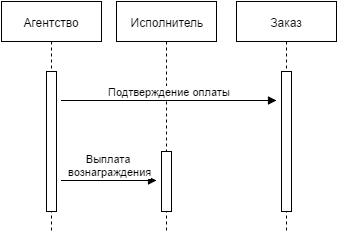
Above: res/sequence_diagram_agency.png in borisovvictor/SocialMediaExchange (draw.io), before the change. Source tidied: cells renumbered, new cells last; positions are measured from the earlier drawing's top-left corner, leaving out a move shared by most shapes. The source it was exported from:
```xml
<mxGraphModel background="#ffffff">
  <root>
    <mxCell id="0" style="html=1;" />
    <mxCell id="1" style="html=1;" parent="0" />
    <mxCell id="2" value="Исполнитель" style="shape=umlLifeline;perimeter=lifelinePerimeter;whiteSpace=wrap;html=1;rounded=0;fillColor=#FFFFFF;gradientColor=none;" parent="1" vertex="1">
      <mxGeometry x="115" width="100" height="230" as="geometry" />
    </mxCell>
    <mxCell id="3" value="Агентство" style="shape=umlLifeline;perimeter=lifelinePerimeter;whiteSpace=wrap;html=1;rounded=0;fillColor=#FFFFFF;gradientColor=none;" parent="1" vertex="1">
      <mxGeometry width="100" height="230" as="geometry" />
    </mxCell>
    <mxCell id="4" style="html=1;points=[];perimeter=orthogonalPerimeter;rounded=0;fillColor=#FFFFFF;gradientColor=none;" parent="1" vertex="1">
      <mxGeometry x="45" y="70" width="10" height="140" as="geometry" />
    </mxCell>
    <mxCell id="5" style="html=1;points=[];perimeter=orthogonalPerimeter;rounded=0;fillColor=#FFFFFF;gradientColor=none;" parent="1" vertex="1">
      <mxGeometry x="160" y="150" width="10" height="60" as="geometry" />
    </mxCell>
    <mxCell id="6" value="Выплата&amp;nbsp;&lt;div&gt;вознаграждения&lt;/div&gt;" style="html=1;verticalAlign=bottom;endArrow=block;" parent="1" edge="1">
      <mxGeometry relative="1" as="geometry">
        <mxPoint x="60" y="179" as="sourcePoint" />
        <mxPoint x="155" y="179" as="targetPoint" />
      </mxGeometry>
    </mxCell>
    <mxCell id="7" value="Заказ" style="shape=umlLifeline;perimeter=lifelinePerimeter;whiteSpace=wrap;html=1;rounded=0;fillColor=#FFFFFF;gradientColor=none;" parent="1" vertex="1">
      <mxGeometry x="235" width="100" height="230" as="geometry" />
    </mxCell>
    <mxCell id="8" style="html=1;perimeter=orthogonalPerimeter;rounded=0;fillColor=#FFFFFF;gradientColor=none;" parent="1" vertex="1">
      <mxGeometry x="280" y="70" width="10" height="140" as="geometry" />
    </mxCell>
    <mxCell id="9" value="Подтверждение оплаты" style="html=1;verticalAlign=bottom;endArrow=block;" parent="1" edge="1">
      <mxGeometry x="125" y="99" as="geometry">
        <mxPoint x="60" y="99" as="sourcePoint" />
        <mxPoint x="275" y="99" as="targetPoint" />
      </mxGeometry>
    </mxCell>
  </root>
</mxGraphModel>
```
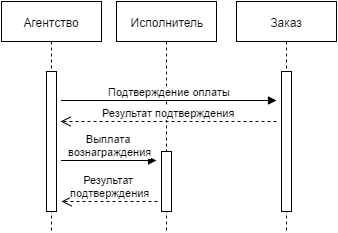
After the change.

The edit, as a diff of the source:
```diff
@@ -16,8 +16,8 @@
     </mxCell>
     <mxCell id="6" value="Выплата&amp;nbsp;&lt;div&gt;вознаграждения&lt;/div&gt;" style="html=1;verticalAlign=bottom;endArrow=block;" parent="1" edge="1">
       <mxGeometry relative="1" as="geometry">
-        <mxPoint x="60" y="179" as="sourcePoint" />
-        <mxPoint x="155" y="179" as="targetPoint" />
+        <mxPoint x="60" y="159" as="sourcePoint" />
+        <mxPoint x="155" y="159" as="targetPoint" />
       </mxGeometry>
     </mxCell>
     <mxCell id="7" value="Заказ" style="shape=umlLifeline;perimeter=lifelinePerimeter;whiteSpace=wrap;html=1;rounded=0;fillColor=#FFFFFF;gradientColor=none;" parent="1" vertex="1">
@@ -32,5 +32,13 @@
         <mxPoint x="275" y="99" as="targetPoint" />
       </mxGeometry>
     </mxCell>
+    <mxCell id="10" value="Результат подтверждения" style="html=1;verticalAlign=bottom;endArrow=open;dashed=1;endSize=8;entryX=1.4;entryY=0.357;entryPerimeter=0;" parent="1" edge="1" target="4">
+      <mxGeometry relative="1" as="geometry">
+        <mxPoint x="275" y="120" as="sourcePoint" />
+      </mxGeometry>
+    </mxCell>
+    <mxCell id="11" value="Результат&amp;nbsp;&lt;div&gt;подтверждения&lt;/div&gt;" style="html=1;verticalAlign=bottom;endArrow=open;dashed=1;endSize=8;exitX=-0.4;exitY=0.833;exitPerimeter=0;entryX=1.5;entryY=0.929;entryPerimeter=0;" parent="1" edge="1" source="5" target="4">
+      <mxGeometry x="127" y="200" as="geometry" />
+    </mxCell>
   </root>
 </mxGraphModel>
```
